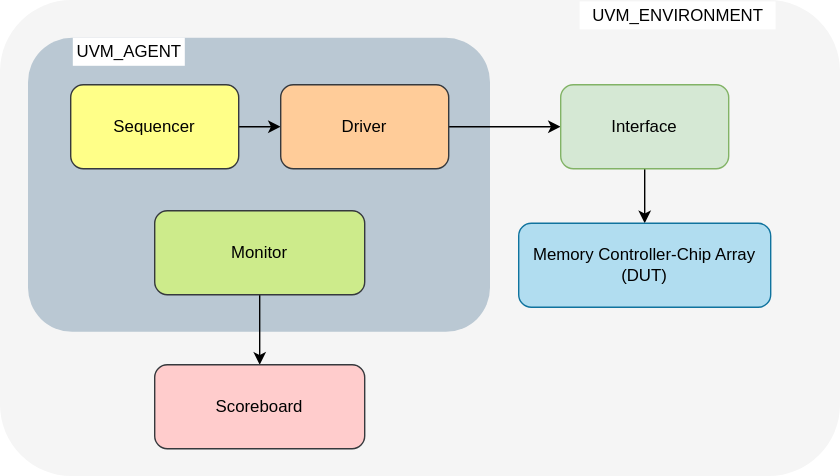
Above: document/source/adn_memss_ddr3_control_uvm_tb.svg in adnsemicon/adn_memss (draw.io), before the change. Source tidied: cells renumbered, new cells last; positions are measured from the earlier drawing's top-left corner, leaving out a move shared by most shapes. Its diagram source:
```xml
<mxGraphModel>
  <root>
    <mxCell id="0" />
    <mxCell id="1" parent="0" />
    <mxCell id="2" style="rounded=1;whiteSpace=wrap;html=1;roundedPerimeter=1;fillColor=#f5f5f5;strokeColor=none;fontColor=#333333;" parent="1" vertex="1">
      <mxGeometry width="600" height="340" as="geometry" />
    </mxCell>
    <mxCell id="3" style="rounded=1;whiteSpace=wrap;html=1;roundedPerimeter=1;fillColor=#bac8d3;strokeColor=none;" parent="1" vertex="1">
      <mxGeometry x="20" y="27" width="330" height="210" as="geometry" />
    </mxCell>
    <mxCell id="4" style="edgeStyle=none;html=1;" parent="1" edge="1" source="5" target="7">
      <mxGeometry relative="1" as="geometry" />
    </mxCell>
    <mxCell id="5" value="Sequencer" style="rounded=1;whiteSpace=wrap;html=1;roundedPerimeter=1;fillColor=#ffff88;strokeColor=#36393d;" parent="1" vertex="1">
      <mxGeometry x="50" y="60" width="120" height="60" as="geometry" />
    </mxCell>
    <mxCell id="6" style="edgeStyle=none;html=1;" parent="1" edge="1" source="7" target="12">
      <mxGeometry relative="1" as="geometry" />
    </mxCell>
    <mxCell id="7" value="Driver" style="rounded=1;whiteSpace=wrap;html=1;roundedPerimeter=1;fillColor=#ffcc99;strokeColor=#36393d;" parent="1" vertex="1">
      <mxGeometry x="200" y="60" width="120" height="60" as="geometry" />
    </mxCell>
    <mxCell id="8" style="edgeStyle=none;html=1;" parent="1" edge="1" source="9" target="10">
      <mxGeometry relative="1" as="geometry" />
    </mxCell>
    <mxCell id="9" value="Monitor" style="rounded=1;whiteSpace=wrap;html=1;roundedPerimeter=1;fillColor=#cdeb8b;strokeColor=#36393d;" parent="1" vertex="1">
      <mxGeometry x="110" y="150" width="150" height="60" as="geometry" />
    </mxCell>
    <mxCell id="10" value="Scoreboard" style="rounded=1;whiteSpace=wrap;html=1;roundedPerimeter=1;fillColor=#ffcccc;strokeColor=#36393d;" parent="1" vertex="1">
      <mxGeometry x="110" y="260" width="150" height="60" as="geometry" />
    </mxCell>
    <mxCell id="11" style="edgeStyle=none;html=1;" parent="1" edge="1" source="12" target="13">
      <mxGeometry relative="1" as="geometry" />
    </mxCell>
    <mxCell id="12" value="Interface" style="rounded=1;whiteSpace=wrap;html=1;roundedPerimeter=1;fillColor=#d5e8d4;strokeColor=#82b366;" parent="1" vertex="1">
      <mxGeometry x="400" y="60" width="120" height="60" as="geometry" />
    </mxCell>
    <mxCell id="13" value="Memory Controller-Chip Array&lt;br&gt;&lt;span style=&quot;color: rgb(0, 0, 0);&quot;&gt;(DUT)&lt;/span&gt;" style="rounded=1;whiteSpace=wrap;html=1;roundedPerimeter=1;fillColor=#b1ddf0;strokeColor=#10739e;" parent="1" vertex="1">
      <mxGeometry x="370" y="159" width="180" height="60" as="geometry" />
    </mxCell>
    <mxCell id="14" value="UVM_AGENT" style="text;html=1;whiteSpace=wrap;align=center;verticalAlign=middle;rounded=0;fillColor=default;" parent="1" vertex="1">
      <mxGeometry x="52" y="27" width="80" height="20" as="geometry" />
    </mxCell>
    <mxCell id="15" value="UVM_ENVIRONMENT" style="text;html=1;whiteSpace=wrap;align=center;verticalAlign=middle;rounded=0;fillColor=default;" parent="1" vertex="1">
      <mxGeometry x="414" y="1" width="140" height="20" as="geometry" />
    </mxCell>
  </root>
</mxGraphModel>
```
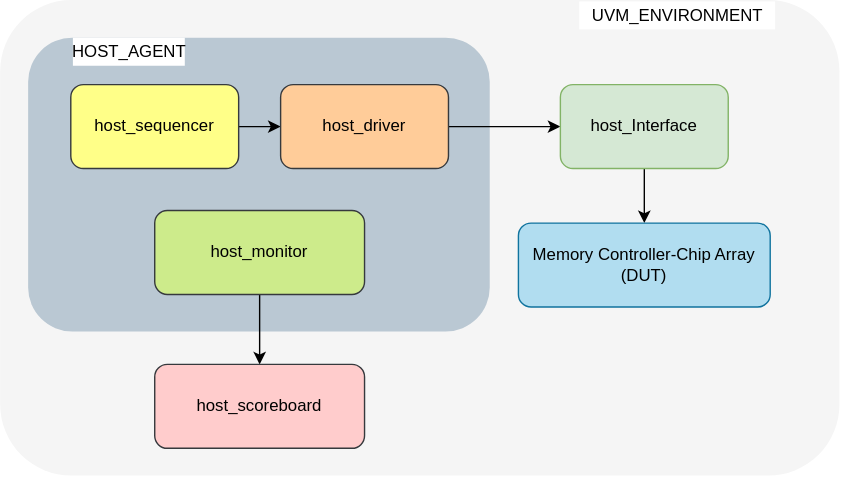
Later version of the same file.

Commit message:
check now! 	modified:   document/source/adn_memss_ddr3_control_uvm_tb.svg 	modified:   document/source/adn_memss_ddr3_controller_uvm_tb_top.svg

What changed in the source:
```diff
@@ -11,34 +11,34 @@
     <mxCell id="4" style="edgeStyle=none;html=1;" parent="1" edge="1" source="5" target="7">
       <mxGeometry relative="1" as="geometry" />
     </mxCell>
-    <mxCell id="5" value="Sequencer" style="rounded=1;whiteSpace=wrap;html=1;roundedPerimeter=1;fillColor=#ffff88;strokeColor=#36393d;" parent="1" vertex="1">
+    <mxCell id="5" value="host_sequencer" style="rounded=1;whiteSpace=wrap;html=1;roundedPerimeter=1;fillColor=#ffff88;strokeColor=#36393d;" parent="1" vertex="1">
       <mxGeometry x="50" y="60" width="120" height="60" as="geometry" />
     </mxCell>
     <mxCell id="6" style="edgeStyle=none;html=1;" parent="1" edge="1" source="7" target="12">
       <mxGeometry relative="1" as="geometry" />
     </mxCell>
-    <mxCell id="7" value="Driver" style="rounded=1;whiteSpace=wrap;html=1;roundedPerimeter=1;fillColor=#ffcc99;strokeColor=#36393d;" parent="1" vertex="1">
+    <mxCell id="7" value="host_driver" style="rounded=1;whiteSpace=wrap;html=1;roundedPerimeter=1;fillColor=#ffcc99;strokeColor=#36393d;" parent="1" vertex="1">
       <mxGeometry x="200" y="60" width="120" height="60" as="geometry" />
     </mxCell>
     <mxCell id="8" style="edgeStyle=none;html=1;" parent="1" edge="1" source="9" target="10">
       <mxGeometry relative="1" as="geometry" />
     </mxCell>
-    <mxCell id="9" value="Monitor" style="rounded=1;whiteSpace=wrap;html=1;roundedPerimeter=1;fillColor=#cdeb8b;strokeColor=#36393d;" parent="1" vertex="1">
+    <mxCell id="9" value="host_monitor" style="rounded=1;whiteSpace=wrap;html=1;roundedPerimeter=1;fillColor=#cdeb8b;strokeColor=#36393d;" parent="1" vertex="1">
       <mxGeometry x="110" y="150" width="150" height="60" as="geometry" />
     </mxCell>
-    <mxCell id="10" value="Scoreboard" style="rounded=1;whiteSpace=wrap;html=1;roundedPerimeter=1;fillColor=#ffcccc;strokeColor=#36393d;" parent="1" vertex="1">
+    <mxCell id="10" value="host_scoreboard" style="rounded=1;whiteSpace=wrap;html=1;roundedPerimeter=1;fillColor=#ffcccc;strokeColor=#36393d;" parent="1" vertex="1">
       <mxGeometry x="110" y="260" width="150" height="60" as="geometry" />
     </mxCell>
     <mxCell id="11" style="edgeStyle=none;html=1;" parent="1" edge="1" source="12" target="13">
       <mxGeometry relative="1" as="geometry" />
     </mxCell>
-    <mxCell id="12" value="Interface" style="rounded=1;whiteSpace=wrap;html=1;roundedPerimeter=1;fillColor=#d5e8d4;strokeColor=#82b366;" parent="1" vertex="1">
+    <mxCell id="12" value="host_Interface" style="rounded=1;whiteSpace=wrap;html=1;roundedPerimeter=1;fillColor=#d5e8d4;strokeColor=#82b366;" parent="1" vertex="1">
       <mxGeometry x="400" y="60" width="120" height="60" as="geometry" />
     </mxCell>
     <mxCell id="13" value="Memory Controller-Chip Array&lt;br&gt;&lt;span style=&quot;color: rgb(0, 0, 0);&quot;&gt;(DUT)&lt;/span&gt;" style="rounded=1;whiteSpace=wrap;html=1;roundedPerimeter=1;fillColor=#b1ddf0;strokeColor=#10739e;" parent="1" vertex="1">
       <mxGeometry x="370" y="159" width="180" height="60" as="geometry" />
     </mxCell>
-    <mxCell id="14" value="UVM_AGENT" style="text;html=1;whiteSpace=wrap;align=center;verticalAlign=middle;rounded=0;fillColor=default;" parent="1" vertex="1">
+    <mxCell id="14" value="HOST_AGENT" style="text;html=1;whiteSpace=wrap;align=center;verticalAlign=middle;rounded=0;fillColor=default;" parent="1" vertex="1">
       <mxGeometry x="52" y="27" width="80" height="20" as="geometry" />
     </mxCell>
     <mxCell id="15" value="UVM_ENVIRONMENT" style="text;html=1;whiteSpace=wrap;align=center;verticalAlign=middle;rounded=0;fillColor=default;" parent="1" vertex="1">
```
